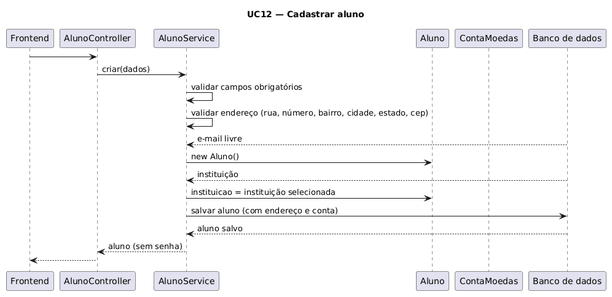
brunokilo/lab03-projetoSoftware keeps this PlantUML diagram as docs/diagramas/sequencia/uc12-cadastrar-aluno.png. Above is the earlier version.
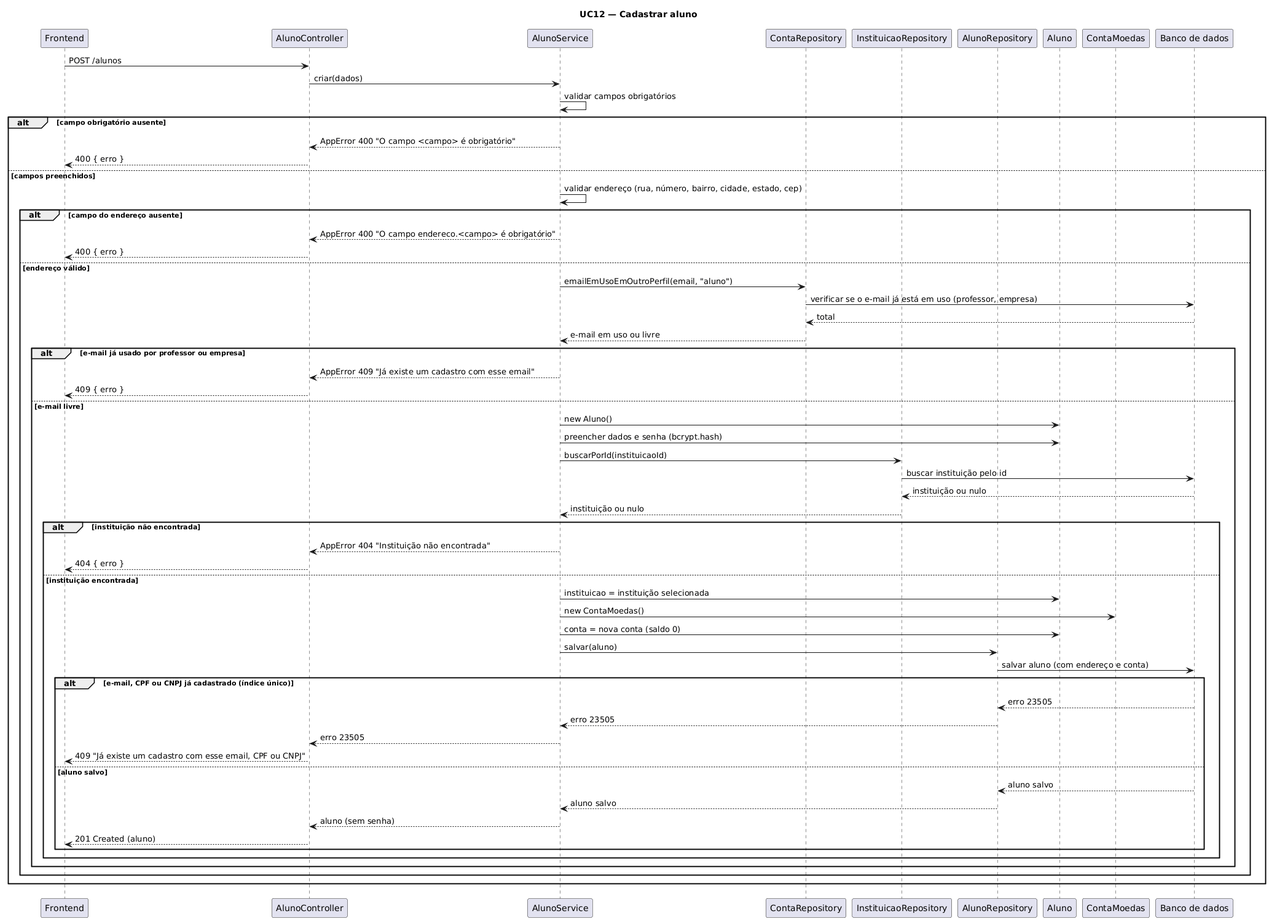
The same file after the commit.

Commit message:
docs: correcao diagramas 06 e 12

Change to the diagram source:
```diff
@@ -4,20 +4,61 @@
 participant Frontend
 participant AlunoController
 participant AlunoService
+participant ContaRepository
+participant InstituicaoRepository
+participant AlunoRepository
 participant "Aluno" as AlunoClasse
 participant "ContaMoedas" as ContaClasse
 participant "Banco de dados" as BD
 
-Frontend -> AlunoController :
+Frontend -> AlunoController : POST /alunos
 AlunoController -> AlunoService : criar(dados)
 AlunoService -> AlunoService : validar campos obrigatórios
-AlunoService -> AlunoService : validar endereço (rua, número, bairro, cidade, estado, cep)
-BD --> AlunoService : e-mail livre
-AlunoService -> AlunoClasse : new Aluno()
-BD --> AlunoService : instituição
-AlunoService -> AlunoClasse : instituicao = instituição selecionada
-AlunoService -> BD : salvar aluno (com endereço e conta)
-BD --> AlunoService : aluno salvo
-AlunoService --> AlunoController : aluno (sem senha)
-AlunoController --> Frontend :
+alt campo obrigatório ausente
+  AlunoService --> AlunoController : AppError 400 "O campo <campo> é obrigatório"
+  AlunoController --> Frontend : 400 { erro }
+else campos preenchidos
+  AlunoService -> AlunoService : validar endereço (rua, número, bairro, cidade, estado, cep)
+  alt campo do endereço ausente
+    AlunoService --> AlunoController : AppError 400 "O campo endereco.<campo> é obrigatório"
+    AlunoController --> Frontend : 400 { erro }
+  else endereço válido
+    AlunoService -> ContaRepository : emailEmUsoEmOutroPerfil(email, "aluno")
+    ContaRepository -> BD : verificar se o e-mail já está em uso (professor, empresa)
+    BD --> ContaRepository : total
+    ContaRepository --> AlunoService : e-mail em uso ou livre
+    alt e-mail já usado por professor ou empresa
+      AlunoService --> AlunoController : AppError 409 "Já existe um cadastro com esse email"
+      AlunoController --> Frontend : 409 { erro }
+    else e-mail livre
+      AlunoService -> AlunoClasse : new Aluno()
+      AlunoService -> AlunoClasse : preencher dados e senha (bcrypt.hash)
+      AlunoService -> InstituicaoRepository : buscarPorId(instituicaoId)
+      InstituicaoRepository -> BD : buscar instituição pelo id
+      BD --> InstituicaoRepository : instituição ou nulo
+      InstituicaoRepository --> AlunoService : instituição ou nulo
+      alt instituição não encontrada
+        AlunoService --> AlunoController : AppError 404 "Instituição não encontrada"
+        AlunoController --> Frontend : 404 { erro }
+      else instituição encontrada
+        AlunoService -> AlunoClasse : instituicao = instituição selecionada
+        AlunoService -> ContaClasse : new ContaMoedas()
+        AlunoService -> AlunoClasse : conta = nova conta (saldo 0)
+        AlunoService -> AlunoRepository : salvar(aluno)
+        AlunoRepository -> BD : salvar aluno (com endereço e conta)
+        alt e-mail, CPF ou CNPJ já cadastrado (índice único)
+          BD --> AlunoRepository : erro 23505
+          AlunoRepository --> AlunoService : erro 23505
+          AlunoService --> AlunoController : erro 23505
+          AlunoController --> Frontend : 409 "Já existe um cadastro com esse email, CPF ou CNPJ"
+        else aluno salvo
+          BD --> AlunoRepository : aluno salvo
+          AlunoRepository --> AlunoService : aluno salvo
+          AlunoService --> AlunoController : aluno (sem senha)
+          AlunoController --> Frontend : 201 Created (aluno)
+        end
+      end
+    end
+  end
+end
 @enduml
```
